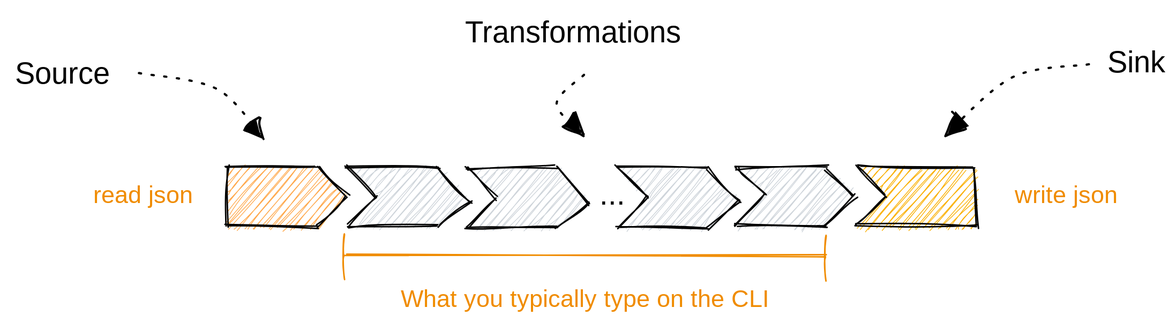
Before: web/docs/user-guides/run-a-pipeline/pipeline-cli.excalidraw.svg, a diagram exported from Excalidraw (tenzir/tenzir). Source tidied: one line per element, renumbered; positions are measured from the earlier drawing's top-left corner, leaving out a move shared by most shapes. Its diagram source:
```json
{"id": 0, "type": "line", "strokeColor": "#000000", "backgroundColor": "#ffa94d", "fillStyle": "hachure", "strokeWidth": 1, "roughness": 1, "x": 141, "y": 101, "width": 80, "height": 40, "points": [[0, 0], [0, 40], [60, 40], [80, 20], [60, 0], [0, 0]]}
{"id": 1, "type": "line", "strokeColor": "#000000", "backgroundColor": "#ced4da", "fillStyle": "hachure", "strokeWidth": 1, "roughness": 1, "x": 302, "y": 102, "width": 82, "height": 40, "points": [[0, 0], [20, 20], [0, 40], [60, 40], [82, 24], [60, 0], [0, 0]]}
{"id": 2, "type": "line", "strokeColor": "#000000", "backgroundColor": "#ced4da", "fillStyle": "hachure", "strokeWidth": 1, "roughness": 1, "x": 401, "y": 102, "width": 82, "height": 40, "points": [[0, 0], [20, 20], [0, 40], [60, 40], [82, 24], [60, 0], [0, 0]]}
{"id": 3, "type": "line", "strokeColor": "#000000", "backgroundColor": "#fab005", "fillStyle": "hachure", "strokeWidth": 1, "roughness": 1, "x": 562, "y": 101, "width": 80, "height": 40, "points": [[0, 0], [18, 20], [-2, 40], [78, 40], [78, 2], [0, 0]]}
{"id": 4, "type": "text", "text": "...", "strokeColor": "#000000", "backgroundColor": "#15aabf", "fillStyle": "hachure", "strokeWidth": 1, "strokeStyle": "dotted", "roughness": 1, "fontSize": 20, "fontFamily": 1, "x": 390, "y": 108, "width": 16, "height": 25}
{"id": 5, "type": "text", "text": "Source", "strokeColor": "#000000", "backgroundColor": "#82c91e", "fillStyle": "hachure", "strokeWidth": 1, "strokeStyle": "dotted", "roughness": 1, "fontSize": 20, "fontFamily": 1, "x": 0, "y": 27, "width": 64, "height": 25}
{"id": 6, "type": "text", "text": "Sink", "strokeColor": "#000000", "backgroundColor": "#82c91e", "fillStyle": "hachure", "strokeWidth": 1, "strokeStyle": "dotted", "roughness": 1, "fontSize": 20, "fontFamily": 1, "x": 728, "y": 20, "width": 36, "height": 25}
{"id": 7, "type": "text", "text": "Transformations", "strokeColor": "#000000", "backgroundColor": "#82c91e", "fillStyle": "hachure", "strokeWidth": 1, "strokeStyle": "dotted", "roughness": 1, "fontSize": 20, "fontFamily": 1, "x": 300, "y": 0, "width": 161, "height": 25}
{"id": 8, "type": "arrow", "strokeColor": "#000000", "backgroundColor": "#82c91e", "fillStyle": "hachure", "strokeWidth": 1, "strokeStyle": "dotted", "roughness": 1, "endArrowhead": "triangle", "round": true, "from": 7, "x": 380, "y": 40, "width": 20, "height": 40, "points": [[0, 0], [-20, 20], [0, 40]]}
{"id": 9, "type": "arrow", "strokeColor": "#000000", "backgroundColor": "#82c91e", "fillStyle": "hachure", "strokeWidth": 1, "strokeStyle": "dotted", "roughness": 1, "endArrowhead": "triangle", "round": true, "x": 83, "y": 39, "width": 83, "height": 43, "points": [[0, 0], [53, 10], [83, 43]]}
{"id": 10, "type": "arrow", "strokeColor": "#000000", "backgroundColor": "#82c91e", "fillStyle": "hachure", "strokeWidth": 1, "strokeStyle": "dotted", "roughness": 1, "endArrowhead": "triangle", "round": true, "from": 6, "x": 717, "y": 33, "width": 96, "height": 48, "points": [[0, 0], [-52, 8], [-96, 48]]}
{"id": 11, "type": "line", "strokeColor": "#000000", "backgroundColor": "#ced4da", "fillStyle": "hachure", "strokeWidth": 1, "roughness": 1, "x": 222, "y": 101, "width": 82, "height": 40, "points": [[0, 0], [20, 20], [0, 40], [60, 40], [82, 24], [60, 0], [0, 0]]}
{"id": 12, "type": "line", "strokeColor": "#000000", "backgroundColor": "#ced4da", "fillStyle": "hachure", "strokeWidth": 1, "roughness": 1, "x": 481, "y": 102, "width": 80, "height": 38, "points": [[0, 0], [19, 18], [-1, 38], [59, 38], [79, 18], [60, 0], [0, 0]]}
{"id": 13, "type": "arrow", "strokeColor": "#f08c00", "backgroundColor": "#fab005", "fillStyle": "solid", "strokeWidth": 1, "roughness": 1, "startArrowhead": "bar", "endArrowhead": "bar", "round": true, "x": 220, "y": 160, "width": 320, "height": 0, "points": [[0, 0], [320, 0]]}
{"id": 14, "type": "text", "text": "What you typically type on the CLI", "strokeColor": "#f08c00", "backgroundColor": "#fab005", "fillStyle": "solid", "strokeWidth": 2, "roughness": 1, "fontSize": 16, "fontFamily": 1, "textAlign": "center", "x": 240, "y": 180, "width": 279, "height": 20}
{"id": 15, "type": "text", "text": "read json", "strokeColor": "#f08c00", "backgroundColor": "#ffa94d", "fillStyle": "solid", "strokeWidth": 1, "roughness": 1, "fontSize": 16, "fontFamily": 3, "textAlign": "center", "x": 43, "y": 111, "width": 84, "height": 19}
{"id": 16, "type": "text", "text": "write json", "strokeColor": "#f08c00", "backgroundColor": "#ffa94d", "fillStyle": "solid", "strokeWidth": 1, "roughness": 1, "fontSize": 16, "fontFamily": 3, "textAlign": "center", "x": 654, "y": 111, "width": 94, "height": 19}
```
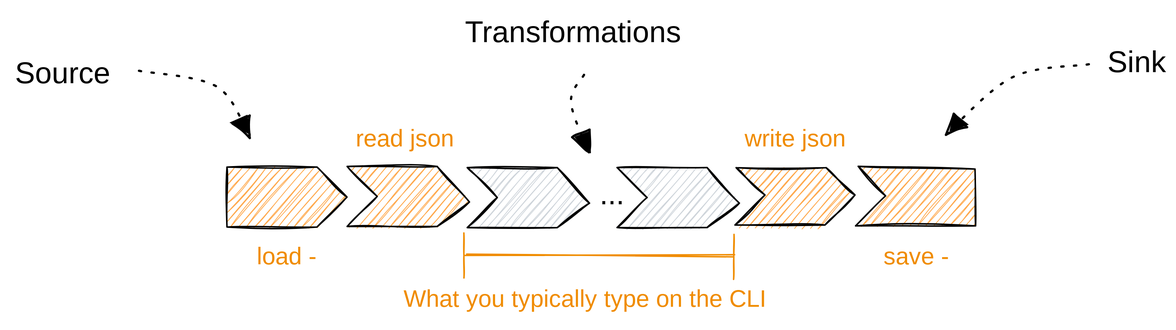
Above is the later version.

Commit message:
Update Run a pipeline docs

Diff of the diagram source:
```diff
@@ -1,17 +1,19 @@
 {"id": 0, "type": "line", "strokeColor": "#000000", "backgroundColor": "#ffa94d", "fillStyle": "hachure", "strokeWidth": 1, "roughness": 1, "x": 141, "y": 101, "width": 80, "height": 40, "points": [[0, 0], [0, 40], [60, 40], [80, 20], [60, 0], [0, 0]]}
 {"id": 1, "type": "line", "strokeColor": "#000000", "backgroundColor": "#ced4da", "fillStyle": "hachure", "strokeWidth": 1, "roughness": 1, "x": 302, "y": 102, "width": 82, "height": 40, "points": [[0, 0], [20, 20], [0, 40], [60, 40], [82, 24], [60, 0], [0, 0]]}
 {"id": 2, "type": "line", "strokeColor": "#000000", "backgroundColor": "#ced4da", "fillStyle": "hachure", "strokeWidth": 1, "roughness": 1, "x": 401, "y": 102, "width": 82, "height": 40, "points": [[0, 0], [20, 20], [0, 40], [60, 40], [82, 24], [60, 0], [0, 0]]}
-{"id": 3, "type": "line", "strokeColor": "#000000", "backgroundColor": "#fab005", "fillStyle": "hachure", "strokeWidth": 1, "roughness": 1, "x": 562, "y": 101, "width": 80, "height": 40, "points": [[0, 0], [18, 20], [-2, 40], [78, 40], [78, 2], [0, 0]]}
+{"id": 3, "type": "line", "strokeColor": "#000000", "backgroundColor": "#ffa94d", "fillStyle": "hachure", "strokeWidth": 1, "roughness": 1, "x": 562, "y": 101, "width": 80, "height": 40, "points": [[0, 0], [18, 20], [-2, 40], [78, 40], [78, 2], [0, 0]]}
 {"id": 4, "type": "text", "text": "...", "strokeColor": "#000000", "backgroundColor": "#15aabf", "fillStyle": "hachure", "strokeWidth": 1, "strokeStyle": "dotted", "roughness": 1, "fontSize": 20, "fontFamily": 1, "x": 390, "y": 108, "width": 16, "height": 25}
 {"id": 5, "type": "text", "text": "Source", "strokeColor": "#000000", "backgroundColor": "#82c91e", "fillStyle": "hachure", "strokeWidth": 1, "strokeStyle": "dotted", "roughness": 1, "fontSize": 20, "fontFamily": 1, "x": 0, "y": 27, "width": 64, "height": 25}
 {"id": 6, "type": "text", "text": "Sink", "strokeColor": "#000000", "backgroundColor": "#82c91e", "fillStyle": "hachure", "strokeWidth": 1, "strokeStyle": "dotted", "roughness": 1, "fontSize": 20, "fontFamily": 1, "x": 728, "y": 20, "width": 36, "height": 25}
 {"id": 7, "type": "text", "text": "Transformations", "strokeColor": "#000000", "backgroundColor": "#82c91e", "fillStyle": "hachure", "strokeWidth": 1, "strokeStyle": "dotted", "roughness": 1, "fontSize": 20, "fontFamily": 1, "x": 300, "y": 0, "width": 161, "height": 25}
-{"id": 8, "type": "arrow", "strokeColor": "#000000", "backgroundColor": "#82c91e", "fillStyle": "hachure", "strokeWidth": 1, "strokeStyle": "dotted", "roughness": 1, "endArrowhead": "triangle", "round": true, "from": 7, "x": 380, "y": 40, "width": 20, "height": 40, "points": [[0, 0], [-20, 20], [0, 40]]}
+{"id": 8, "type": "arrow", "strokeColor": "#000000", "backgroundColor": "#82c91e", "fillStyle": "hachure", "strokeWidth": 1, "strokeStyle": "dotted", "roughness": 1, "endArrowhead": "triangle", "round": true, "from": 7, "x": 380, "y": 40, "width": 14, "height": 52, "points": [[0, 0], [-10, 19], [4, 52]]}
-{"id": 9, "type": "arrow", "strokeColor": "#000000", "backgroundColor": "#82c91e", "fillStyle": "hachure", "strokeWidth": 1, "strokeStyle": "dotted", "roughness": 1, "endArrowhead": "triangle", "round": true, "x": 83, "y": 39, "width": 83, "height": 43, "points": [[0, 0], [53, 10], [83, 43]]}
+{"id": 9, "type": "arrow", "strokeColor": "#000000", "backgroundColor": "#82c91e", "fillStyle": "hachure", "strokeWidth": 1, "strokeStyle": "dotted", "roughness": 1, "endArrowhead": "triangle", "round": true, "x": 83, "y": 38, "width": 74, "height": 44, "points": [[0, 0], [53, 10], [74, 44]]}
 {"id": 10, "type": "arrow", "strokeColor": "#000000", "backgroundColor": "#82c91e", "fillStyle": "hachure", "strokeWidth": 1, "strokeStyle": "dotted", "roughness": 1, "endArrowhead": "triangle", "round": true, "from": 6, "x": 717, "y": 33, "width": 96, "height": 48, "points": [[0, 0], [-52, 8], [-96, 48]]}
-{"id": 11, "type": "line", "strokeColor": "#000000", "backgroundColor": "#ced4da", "fillStyle": "hachure", "strokeWidth": 1, "roughness": 1, "x": 222, "y": 101, "width": 82, "height": 40, "points": [[0, 0], [20, 20], [0, 40], [60, 40], [82, 24], [60, 0], [0, 0]]}
+{"id": 11, "type": "line", "strokeColor": "#000000", "backgroundColor": "#ffa94d", "fillStyle": "hachure", "strokeWidth": 1, "roughness": 1, "x": 221, "y": 101, "width": 82, "height": 40, "points": [[0, 0], [20, 20], [0, 40], [60, 40], [82, 24], [60, 0], [0, 0]]}
-{"id": 12, "type": "line", "strokeColor": "#000000", "backgroundColor": "#ced4da", "fillStyle": "hachure", "strokeWidth": 1, "roughness": 1, "x": 481, "y": 102, "width": 80, "height": 38, "points": [[0, 0], [19, 18], [-1, 38], [59, 38], [79, 18], [60, 0], [0, 0]]}
+{"id": 12, "type": "line", "strokeColor": "#000000", "backgroundColor": "#ffa94d", "fillStyle": "hachure", "strokeWidth": 1, "roughness": 1, "x": 481, "y": 102, "width": 80, "height": 38, "points": [[0, 0], [19, 18], [-1, 38], [59, 38], [79, 18], [60, 0], [0, 0]]}
-{"id": 13, "type": "arrow", "strokeColor": "#f08c00", "backgroundColor": "#fab005", "fillStyle": "solid", "strokeWidth": 1, "roughness": 1, "startArrowhead": "bar", "endArrowhead": "bar", "round": true, "x": 220, "y": 160, "width": 320, "height": 0, "points": [[0, 0], [320, 0]]}
+{"id": 13, "type": "arrow", "strokeColor": "#f08c00", "backgroundColor": "#fab005", "fillStyle": "solid", "strokeWidth": 1, "roughness": 1, "startArrowhead": "bar", "endArrowhead": "bar", "round": true, "x": 300, "y": 160, "width": 179, "height": 0, "points": [[0, 0], [179, 0]]}
 {"id": 14, "type": "text", "text": "What you typically type on the CLI", "strokeColor": "#f08c00", "backgroundColor": "#fab005", "fillStyle": "solid", "strokeWidth": 2, "roughness": 1, "fontSize": 16, "fontFamily": 1, "textAlign": "center", "x": 240, "y": 180, "width": 279, "height": 20}
+{"id": 17, "type": "text", "text": "load -", "strokeColor": "#f08c00", "backgroundColor": "#ffa94d", "fillStyle": "solid", "strokeWidth": 1, "roughness": 1, "fontSize": 16, "fontFamily": 3, "textAlign": "center", "x": 153, "y": 152, "width": 56, "height": 19}
+{"id": 18, "type": "text", "text": "read json", "strokeColor": "#f08c00", "backgroundColor": "#ffa94d", "fillStyle": "solid", "strokeWidth": 1, "roughness": 1, "fontSize": 16, "fontFamily": 3, "textAlign": "center", "x": 218, "y": 73, "width": 84, "height": 19}
-{"id": 15, "type": "text", "text": "read json", "strokeColor": "#f08c00", "backgroundColor": "#ffa94d", "fillStyle": "solid", "strokeWidth": 1, "roughness": 1, "fontSize": 16, "fontFamily": 3, "textAlign": "center", "x": 43, "y": 111, "width": 84, "height": 19}
+{"id": 15, "type": "text", "text": "write json", "strokeColor": "#f08c00", "backgroundColor": "#ffa94d", "fillStyle": "solid", "strokeWidth": 1, "roughness": 1, "fontSize": 16, "fontFamily": 3, "textAlign": "center", "x": 473, "y": 73, "width": 94, "height": 19}
-{"id": 16, "type": "text", "text": "write json", "strokeColor": "#f08c00", "backgroundColor": "#ffa94d", "fillStyle": "solid", "strokeWidth": 1, "roughness": 1, "fontSize": 16, "fontFamily": 3, "textAlign": "center", "x": 654, "y": 111, "width": 94, "height": 19}
+{"id": 19, "type": "text", "text": "save -", "strokeColor": "#f08c00", "backgroundColor": "#ffa94d", "fillStyle": "solid", "strokeWidth": 1, "roughness": 1, "fontSize": 16, "fontFamily": 3, "textAlign": "center", "x": 573, "y": 152, "width": 56, "height": 19}
```
